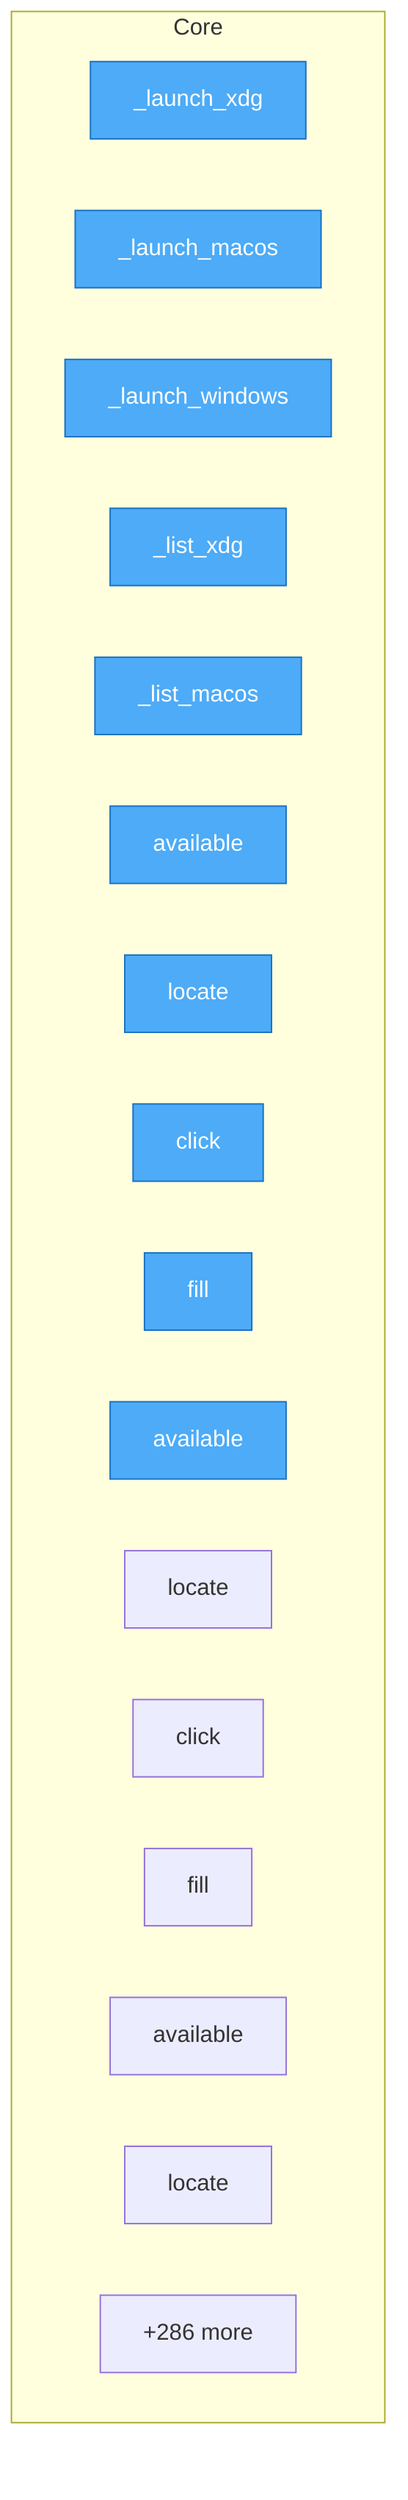
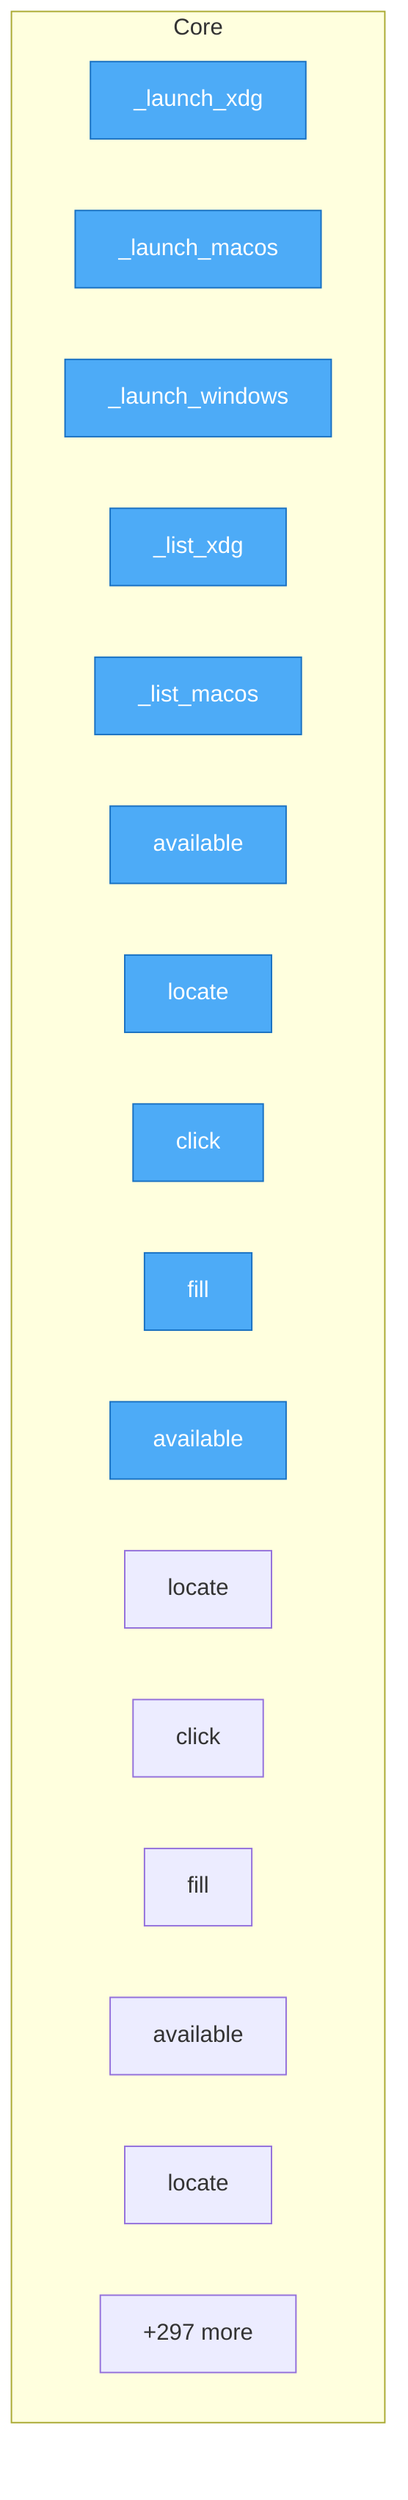
flowchart TD
%% generated in 0.01s

    %% Entry points (blue)
    classDef entry fill:#4dabf7,stroke:#1971c2,color:#fff

    subgraph Core
        urirun_connector_kvm__launch_backends___launch_xdg["_launch_xdg"]
        urirun_connector_kvm__launch_backends___launch_macos["_launch_macos"]
        urirun_connector_kvm__launch_backends___launch_windows["_launch_windows"]
        urirun_connector_kvm__launch_backends___list_xdg["_list_xdg"]
        urirun_connector_kvm__launch_backends___list_macos["_list_macos"]
        urirun_connector_kvm__strategies__CdpStrategy__available["available"]
        urirun_connector_kvm__strategies__CdpStrategy__locate["locate"]
        urirun_connector_kvm__strategies__CdpStrategy__click["click"]
        urirun_connector_kvm__strategies__CdpStrategy__fill["fill"]
        urirun_connector_kvm__strategies__AtspiStrategy__available["available"]
        urirun_connector_kvm__strategies__AtspiStrategy__locate["locate"]
        urirun_connector_kvm__strategies__AtspiStrategy__click["click"]
        urirun_connector_kvm__strategies__AtspiStrategy__fill["fill"]
        urirun_connector_kvm__strategies__VisionStrategy__available["available"]
        urirun_connector_kvm__strategies__VisionStrategy__locate["locate"]
-         ...["+286 more"]
+         ...["+297 more"]
    end

    class urirun_connector_kvm__launch_backends___launch_xdg,urirun_connector_kvm__launch_backends___launch_macos,urirun_connector_kvm__launch_backends___launch_windows,urirun_connector_kvm__launch_backends___list_xdg,urirun_connector_kvm__launch_backends___list_macos,urirun_connector_kvm__strategies__CdpStrategy__available,urirun_connector_kvm__strategies__CdpStrategy__locate,urirun_connector_kvm__strategies__CdpStrategy__click,urirun_connector_kvm__strategies__CdpStrategy__fill,urirun_connector_kvm__strategies__AtspiStrategy__available entry
